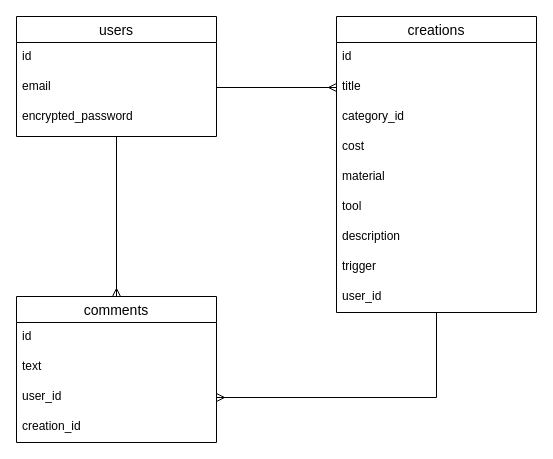
Earlier version of the draw.io diagram .dio (7563Yui7564/mottainai-36118). Source tidied: cells renumbered, new cells numbered last; positions are measured from the earlier drawing's top-left corner, leaving out a move shared by most shapes. Both pictures are drawn from the tidied source at 100%, with x=0, y=0 at pixel (16, 16).
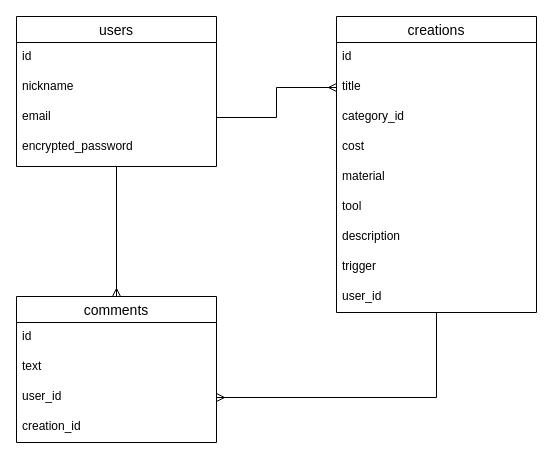
Above is the later version.

The edit, as a diff of the source:
```diff
@@
     <mxCell id="3" value="users" style="swimlane;fontStyle=0;horizontal=1;startSize=26;align=center;fontSize=14;" parent="1" vertex="1">
-      <mxGeometry width="200" height="120" as="geometry" />
+      <mxGeometry width="200" height="150" as="geometry" />
     </mxCell>
@@
+    <mxCell id="24" value="nickname" style="text;strokeColor=none;fillColor=none;spacingLeft=4;spacingRight=4;overflow=hidden;fontSize=12;" parent="3" vertex="1">
+      <mxGeometry y="56" width="200" height="30" as="geometry" />
+    </mxCell>
     <mxCell id="5" value="email    " style="text;strokeColor=none;fillColor=none;spacingLeft=4;spacingRight=4;overflow=hidden;points=[[0,0.5],[1,0.5]];portConstraint=eastwest;fontSize=12;" parent="3" vertex="1">
-      <mxGeometry y="56" width="200" height="30" as="geometry" />
+      <mxGeometry y="86" width="200" height="30" as="geometry" />
     </mxCell>
     <mxCell id="6" value="encrypted_password&#10;" style="text;strokeColor=none;fillColor=none;spacingLeft=4;spacingRight=4;overflow=hidden;fontSize=12;" parent="3" vertex="1">
-      <mxGeometry y="86" width="200" height="34" as="geometry" />
+      <mxGeometry y="116" width="200" height="34" as="geometry" />
     </mxCell>
```
